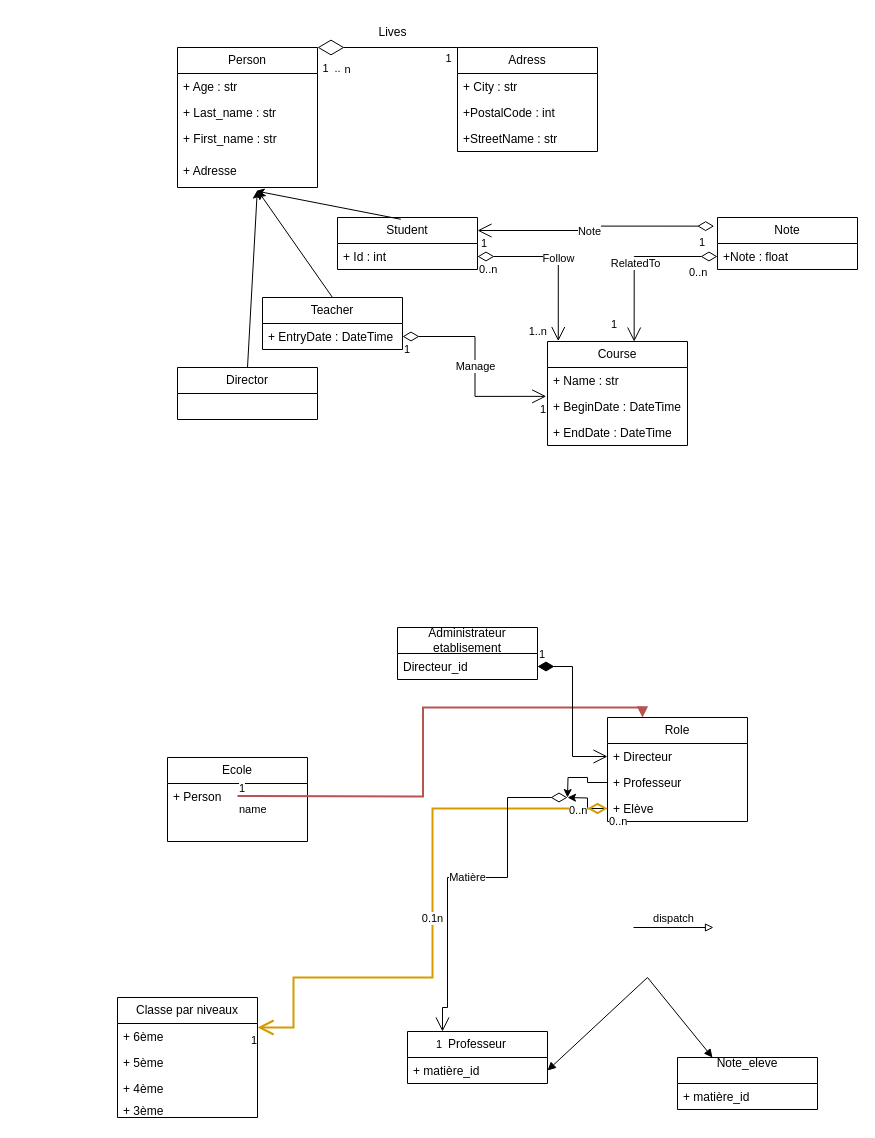
Before: gestion_ecole.drawio in johandeschamps/gestion_ecole, a draw.io diagram. Source tidied: cells renumbered, new cells numbered last; positions are measured from the earlier drawing's top-left corner, leaving out a move shared by most shapes. Both pictures are drawn from the tidied source at 100%, with x=0, y=0 at pixel (117, 17).
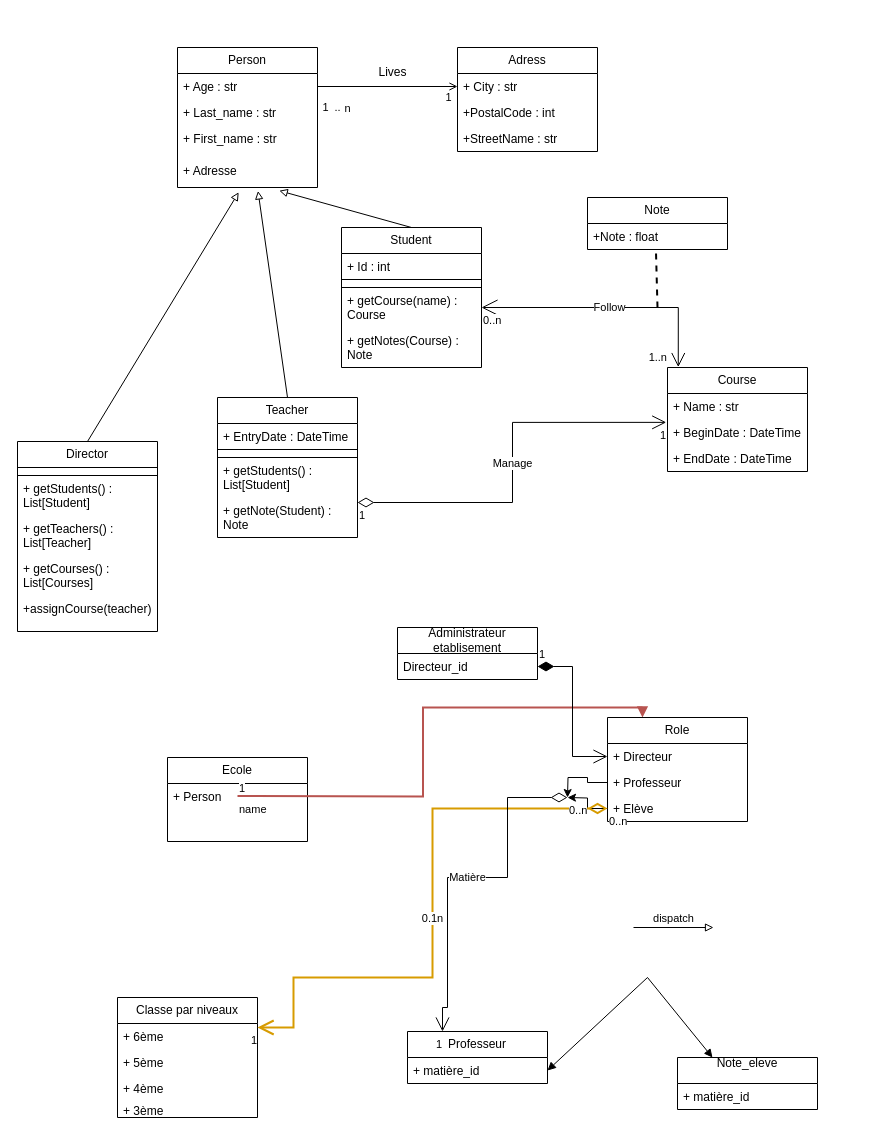
After the change.

Commit message:
Updated class graph

The change refers to these unchanged cells:
```xml
<mxCell id="33" value="Person" style="swimlane;fontStyle=0;horizontal=1;startSize=26;fillColor=none;whiteSpace=wrap;html=1;" parent="1" vertex="1">
  <mxGeometry x="60" y="30" width="140" height="140" as="geometry" />
</mxCell>
<mxCell id="34" value="+ Age : str" style="text;strokeColor=none;fillColor=none;align=left;verticalAlign=top;spacingLeft=4;spacingRight=4;overflow=hidden;points=[[0,0.5],[1,0.5]];portConstraint=eastwest;whiteSpace=wrap;html=1;" parent="33" vertex="1">
  <mxGeometry y="26" width="140" height="26" as="geometry" />
</mxCell>
<mxCell id="37" value="+ Adresse" style="text;strokeColor=none;fillColor=none;align=left;verticalAlign=top;spacingLeft=4;spacingRight=4;overflow=hidden;points=[[0,0.5],[1,0.5]];portConstraint=eastwest;whiteSpace=wrap;html=1;" parent="33" vertex="1">
  <mxGeometry y="110" width="140" height="30" as="geometry" />
</mxCell>
<mxCell id="39" value="+ City : str" style="text;strokeColor=none;fillColor=none;align=left;verticalAlign=top;spacingLeft=4;spacingRight=4;overflow=hidden;points=[[0,0.5],[1,0.5]];portConstraint=eastwest;whiteSpace=wrap;html=1;" parent="38" vertex="1">
  <mxGeometry y="26" width="140" height="26" as="geometry" />
</mxCell>
<mxCell id="49" value="+ Id : int" style="text;strokeColor=none;fillColor=none;align=left;verticalAlign=top;spacingLeft=4;spacingRight=4;overflow=hidden;points=[[0,0.5],[1,0.5]];portConstraint=eastwest;whiteSpace=wrap;html=1;" parent="48" vertex="1">
  <mxGeometry y="26" width="140" height="26" as="geometry" />
</mxCell>
<mxCell id="61" value="+Note : float" style="text;strokeColor=none;fillColor=none;align=left;verticalAlign=top;spacingLeft=4;spacingRight=4;overflow=hidden;points=[[0,0.5],[1,0.5]];portConstraint=eastwest;whiteSpace=wrap;html=1;" parent="60" vertex="1">
  <mxGeometry y="26" width="140" height="26" as="geometry" />
</mxCell>
```

Change to the diagram source:
```diff
@@
-    <mxCell id="42" style="endArrow=diamondThin;endFill=0;endSize=24;html=1;rounded=0;entryX=1;entryY=0;entryDx=0;entryDy=0;" parent="1" edge="1" target="33">
-      <mxGeometry relative="1" as="geometry">
-        <mxPoint x="340" y="30" as="sourcePoint" />
-      </mxGeometry>
+    <mxCell id="42" style="endArrow=none;endFill=0;html=1;rounded=0;entryX=1;entryY=0.5;entryDx=0;entryDy=0;exitX=0;exitY=0.5;exitDx=0;exitDy=0;startArrow=open;startFill=0;" parent="1" edge="1" source="39" target="34">
+      <mxGeometry relative="1" as="geometry" />
     </mxCell>
@@
     <mxCell id="47" value="Lives" style="text;html=1;align=center;verticalAlign=middle;strokeColor=none;fillColor=none;" parent="1" vertex="1">
-      <mxGeometry x="250" width="50" height="30" as="geometry" />
+      <mxGeometry x="250" y="40" width="50" height="30" as="geometry" />
     </mxCell>
     <mxCell id="48" value="Student" style="swimlane;fontStyle=0;horizontal=1;startSize=26;fillColor=none;whiteSpace=wrap;html=1;" parent="1" vertex="1">
-      <mxGeometry x="220" y="200" width="140" height="52" as="geometry" />
+      <mxGeometry x="224" y="210" width="140" height="140" as="geometry" />
     </mxCell>
@@
+    <mxCell id="74" style="rounded=0;whiteSpace=wrap;html=1;" parent="48" vertex="1">
+      <mxGeometry y="52" width="140" height="8" as="geometry" />
+    </mxCell>
+    <mxCell id="75" value="+ getCourse(name) : Course&lt;br&gt;" style="text;strokeColor=none;fillColor=none;align=left;verticalAlign=top;spacingLeft=4;spacingRight=4;overflow=hidden;points=[[0,0.5],[1,0.5]];portConstraint=eastwest;whiteSpace=wrap;html=1;" parent="48" vertex="1">
+      <mxGeometry y="60" width="140" height="40" as="geometry" />
+    </mxCell>
+    <mxCell id="76" value="+ getNotes(Course) : Note" style="text;strokeColor=none;fillColor=none;align=left;verticalAlign=top;spacingLeft=4;spacingRight=4;overflow=hidden;whiteSpace=wrap;html=1;" parent="48" vertex="1">
+      <mxGeometry y="100" width="140" height="40" as="geometry" />
+    </mxCell>
-    <mxCell id="50" style="endArrow=classic;endFill=1;html=1;rounded=0;entryX=0.56;entryY=1.116;entryDx=0;entryDy=0;entryPerimeter=0;exitX=0.452;exitY=0.034;exitDx=0;exitDy=0;exitPerimeter=0;" parent="1" edge="1" source="48" target="37">
+    <mxCell id="50" style="endArrow=block;endFill=0;html=1;rounded=0;entryX=0.727;entryY=1.107;entryDx=0;entryDy=0;entryPerimeter=0;exitX=0.5;exitY=0;exitDx=0;exitDy=0;" parent="1" edge="1" source="48" target="37">
       <mxGeometry relative="1" as="geometry" />
     </mxCell>
     <mxCell id="51" value="Teacher" style="swimlane;fontStyle=0;horizontal=1;startSize=26;fillColor=none;whiteSpace=wrap;html=1;" parent="1" vertex="1">
-      <mxGeometry x="145" y="280" width="140" height="52" as="geometry" />
+      <mxGeometry x="100" y="380" width="140" height="140" as="geometry" />
     </mxCell>
@@
+    <mxCell id="77" style="rounded=0;whiteSpace=wrap;html=1;" parent="51" vertex="1">
+      <mxGeometry y="52" width="140" height="8" as="geometry" />
+    </mxCell>
+    <mxCell id="78" value="+ getStudents() : List[Student]" style="text;strokeColor=none;fillColor=none;align=left;verticalAlign=top;spacingLeft=4;spacingRight=4;overflow=hidden;whiteSpace=wrap;html=1;" parent="51" vertex="1">
+      <mxGeometry y="60" width="140" height="40" as="geometry" />
+    </mxCell>
+    <mxCell id="79" value="+ getNote(Student) : Note" style="text;strokeColor=none;fillColor=none;align=left;verticalAlign=top;spacingLeft=4;spacingRight=4;overflow=hidden;whiteSpace=wrap;html=1;" parent="51" vertex="1">
+      <mxGeometry y="100" width="140" height="40" as="geometry" />
+    </mxCell>
-    <mxCell id="53" style="endArrow=classic;endFill=1;html=1;rounded=0;entryX=0.575;entryY=1.116;entryDx=0;entryDy=0;entryPerimeter=0;exitX=0.5;exitY=0;exitDx=0;exitDy=0;" parent="1" edge="1" source="51" target="37">
+    <mxCell id="53" style="endArrow=block;endFill=0;html=1;rounded=0;entryX=0.575;entryY=1.116;entryDx=0;entryDy=0;entryPerimeter=0;exitX=0.5;exitY=0;exitDx=0;exitDy=0;" parent="1" edge="1" source="51" target="37">
       <mxGeometry relative="1" as="geometry" />
     </mxCell>
     <mxCell id="54" value="Director" style="swimlane;fontStyle=0;horizontal=1;startSize=26;fillColor=none;whiteSpace=wrap;html=1;" parent="1" vertex="1">
-      <mxGeometry x="60" y="350" width="140" height="52" as="geometry" />
+      <mxGeometry x="-100" y="424" width="140" height="190" as="geometry" />
     </mxCell>
+    <mxCell id="80" style="rounded=0;whiteSpace=wrap;html=1;" parent="54" vertex="1">
+      <mxGeometry y="26" width="140" height="8" as="geometry" />
+    </mxCell>
+    <mxCell id="81" value="+ getStudents() : List[Student]" style="text;strokeColor=none;fillColor=none;align=left;verticalAlign=top;spacingLeft=4;spacingRight=4;overflow=hidden;whiteSpace=wrap;html=1;" parent="54" vertex="1">
+      <mxGeometry y="34" width="140" height="40" as="geometry" />
+    </mxCell>
+    <mxCell id="82" value="+ getTeachers() : List[Teacher]" style="text;strokeColor=none;fillColor=none;align=left;verticalAlign=top;spacingLeft=4;spacingRight=4;overflow=hidden;whiteSpace=wrap;html=1;" parent="54" vertex="1">
+      <mxGeometry y="74" width="140" height="40" as="geometry" />
+    </mxCell>
+    <mxCell id="83" value="+ getCourses() : List[Courses]" style="text;strokeColor=none;fillColor=none;align=left;verticalAlign=top;spacingLeft=4;spacingRight=4;overflow=hidden;whiteSpace=wrap;html=1;" parent="54" vertex="1">
+      <mxGeometry y="114" width="140" height="40" as="geometry" />
+    </mxCell>
+    <mxCell id="84" value="+assignCourse(teacher)" style="text;strokeColor=none;fillColor=none;align=left;verticalAlign=top;spacingLeft=4;spacingRight=4;overflow=hidden;whiteSpace=wrap;html=1;" parent="54" vertex="1">
+      <mxGeometry y="154" width="140" height="36" as="geometry" />
+    </mxCell>
-    <mxCell id="55" style="endArrow=classic;endFill=1;html=1;rounded=0;entryX=0.57;entryY=1.093;entryDx=0;entryDy=0;entryPerimeter=0;exitX=0.5;exitY=0;exitDx=0;exitDy=0;" parent="1" edge="1" source="54" target="37">
+    <mxCell id="55" style="endArrow=block;endFill=0;html=1;rounded=0;entryX=0.437;entryY=1.16;entryDx=0;entryDy=0;entryPerimeter=0;exitX=0.5;exitY=0;exitDx=0;exitDy=0;" parent="1" edge="1" source="54" target="37">
       <mxGeometry relative="1" as="geometry" />
     </mxCell>
     <mxCell id="56" value="Course" style="swimlane;fontStyle=0;horizontal=1;startSize=26;fillColor=none;whiteSpace=wrap;html=1;" parent="1" vertex="1">
-      <mxGeometry x="430" y="324" width="140" height="104" as="geometry" />
+      <mxGeometry x="550" y="350" width="140" height="104" as="geometry" />
     </mxCell>
@@
     <mxCell id="60" value="Note" style="swimlane;fontStyle=0;horizontal=1;startSize=26;fillColor=none;whiteSpace=wrap;html=1;" parent="1" vertex="1">
-      <mxGeometry x="600" y="200" width="140" height="52" as="geometry" />
+      <mxGeometry x="470" y="180" width="140" height="52" as="geometry" />
     </mxCell>
@@
-    <mxCell id="65" value="Note" style="endArrow=open;html=1;endSize=12;startArrow=diamondThin;startSize=14;startFill=0;edgeStyle=orthogonalEdgeStyle;rounded=0;exitX=-0.024;exitY=0.166;exitDx=0;exitDy=0;exitPerimeter=0;entryX=1;entryY=0.25;entryDx=0;entryDy=0;" parent="1" edge="1" source="60" target="48">
-      <mxGeometry x="0.07" y="1" relative="1" as="geometry" />
-    </mxCell>
-    <mxCell id="66" value="&lt;div&gt;1&lt;br&gt;&lt;/div&gt;" style="edgeLabel;html=1;align=left;verticalAlign=top;" parent="65" vertex="1">
-      <mxGeometry x="-1" relative="1" as="geometry">
-        <mxPoint x="-17" y="3" as="offset" />
-      </mxGeometry>
-    </mxCell>
-    <mxCell id="67" value="1" style="edgeLabel;html=1;align=right;verticalAlign=top;" parent="65" vertex="1">
-      <mxGeometry x="1" relative="1" as="geometry">
-        <mxPoint x="10" as="offset" />
-      </mxGeometry>
-    </mxCell>
-    <mxCell id="68" value="Follow" style="endArrow=open;html=1;endSize=12;startArrow=diamondThin;startSize=14;startFill=0;edgeStyle=orthogonalEdgeStyle;rounded=0;exitX=1;exitY=0.5;exitDx=0;exitDy=0;entryX=0.077;entryY=-0.004;entryDx=0;entryDy=0;entryPerimeter=0;" parent="1" edge="1" source="49" target="56">
+    <mxCell id="68" value="Follow" style="endArrow=open;html=1;endSize=12;startArrow=open;startSize=14;startFill=0;edgeStyle=orthogonalEdgeStyle;rounded=0;entryX=0.077;entryY=-0.004;entryDx=0;entryDy=0;entryPerimeter=0;exitX=1;exitY=0.5;exitDx=0;exitDy=0;" parent="1" edge="1" source="75" target="56">
       <mxGeometry relative="1" as="geometry" />
     </mxCell>
@@
-    <mxCell id="71" value="RelatedTo" style="endArrow=open;html=1;endSize=12;startArrow=diamondThin;startSize=14;startFill=0;edgeStyle=orthogonalEdgeStyle;rounded=0;exitX=0;exitY=0.5;exitDx=0;exitDy=0;entryX=0.619;entryY=0.001;entryDx=0;entryDy=0;entryPerimeter=0;" parent="1" edge="1" source="61" target="56">
-      <mxGeometry x="0.07" y="1" relative="1" as="geometry" />
-    </mxCell>
-    <mxCell id="72" value="&lt;div&gt;0..n&lt;/div&gt;" style="edgeLabel;html=1;align=left;verticalAlign=top;" parent="71" vertex="1">
-      <mxGeometry x="-1" relative="1" as="geometry">
-        <mxPoint x="-30" y="3" as="offset" />
-      </mxGeometry>
-    </mxCell>
-    <mxCell id="73" value="1" style="edgeLabel;html=1;align=right;verticalAlign=top;" parent="71" vertex="1">
-      <mxGeometry x="1" relative="1" as="geometry">
-        <mxPoint x="-17" y="-30" as="offset" />
-      </mxGeometry>
-    </mxCell>
+    <mxCell id="85" style="endArrow=none;dashed=1;html=1;strokeWidth=2;rounded=0;entryX=0.489;entryY=1.046;entryDx=0;entryDy=0;entryPerimeter=0;" parent="1" edge="1" target="61">
+      <mxGeometry relative="1" as="geometry">
+        <mxPoint x="540" y="290" as="sourcePoint" />
+      </mxGeometry>
+    </mxCell>
```
